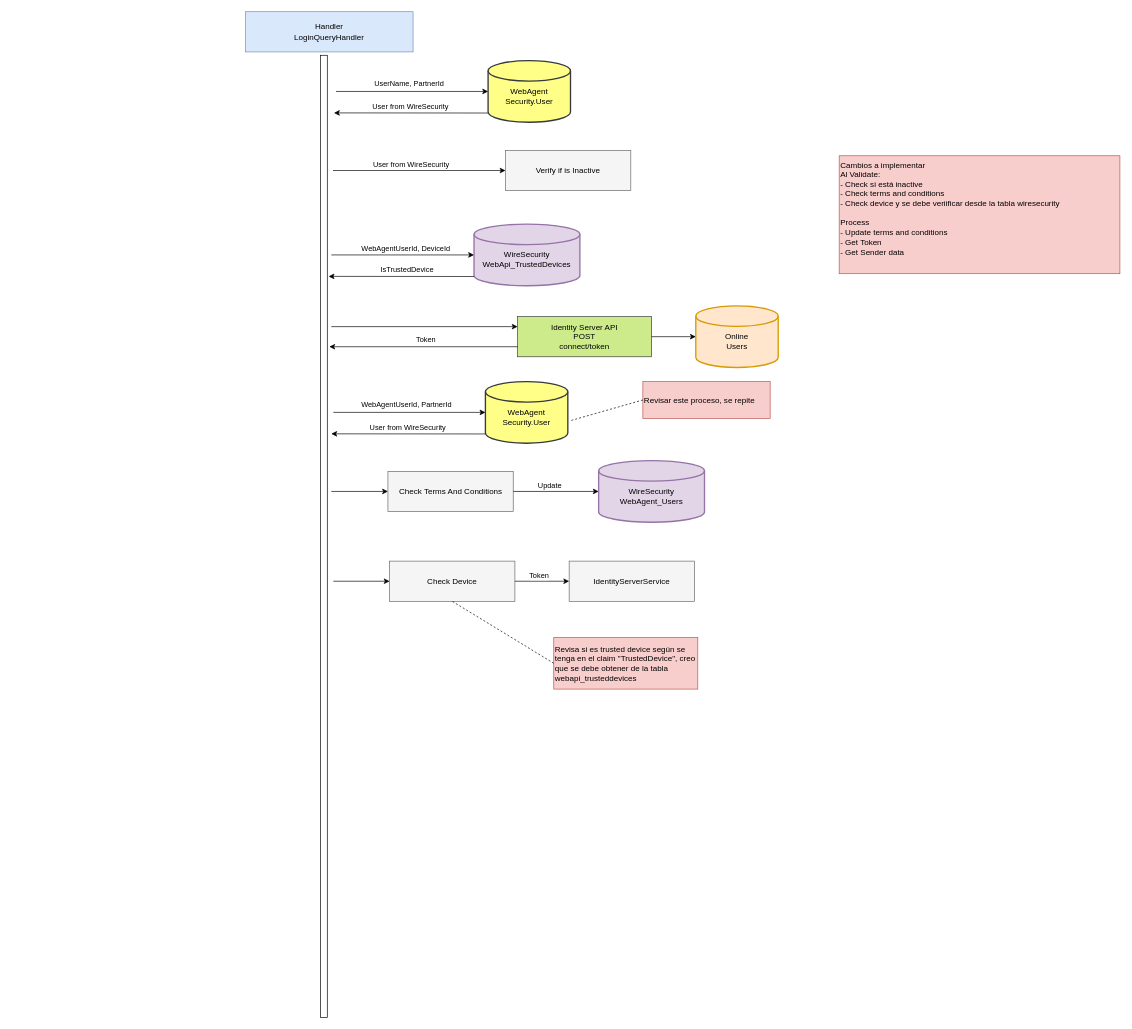
This is user-api-post-api-auth-login.drawio from notariopablomarcelo/intermex, a draw.io file, before an edit. Source tidied: cells renumbered, new cells numbered last; positions are measured from the earlier drawing's top-left corner, leaving out a move shared by most shapes. Both pictures are drawn from the tidied source at 67%, with x=0, y=0 at pixel (245, 11).
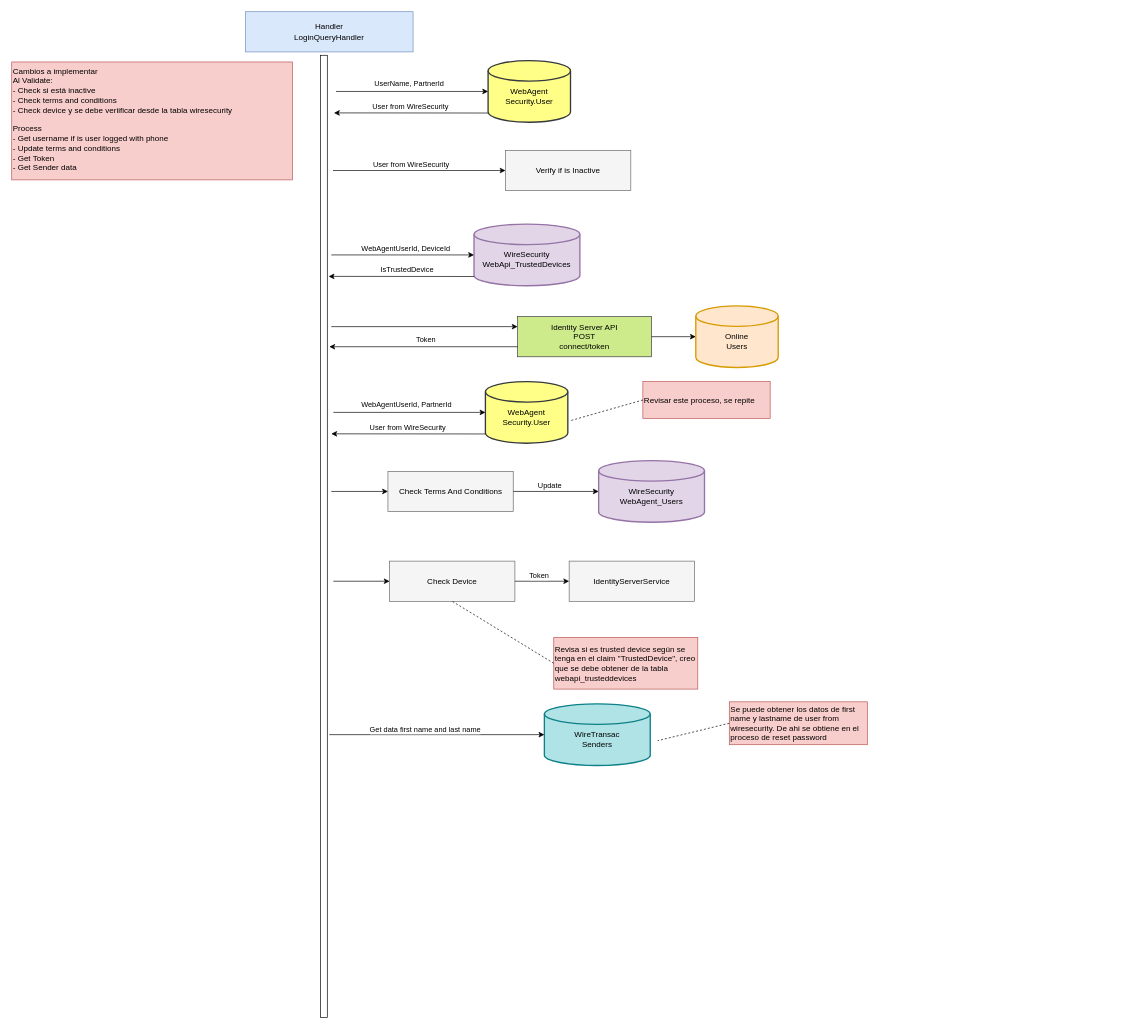
Above is the later version.

What changed in the source:
```diff
@@
-    <mxCell id="42" value="Cambios a implementar&lt;br&gt;Al Validate:&amp;nbsp;&lt;br&gt;- Check si está inactive&lt;br&gt;- Check terms and conditions&lt;br&gt;- Check device y se debe veriificar desde la tabla wiresecurity&lt;br&gt;&lt;br&gt;Process&lt;br&gt;- Update terms and conditions&lt;br&gt;- Get Token&lt;br&gt;- Get Sender data" style="text;html=1;strokeColor=#b85450;fillColor=#f8cecc;align=left;verticalAlign=top;whiteSpace=wrap;rounded=0;" parent="1" vertex="1">
-      <mxGeometry x="886" y="215" width="419" height="176" as="geometry" />
+    <mxCell id="42" value="Cambios a implementar&lt;br&gt;Al Validate:&amp;nbsp;&lt;br&gt;- Check si está inactive&lt;br&gt;- Check terms and conditions&lt;br&gt;- Check device y se debe veriificar desde la tabla wiresecurity&lt;br&gt;&lt;br&gt;Process&lt;br&gt;- Get username if is user logged with phone&lt;br&gt;- Update terms and conditions&lt;br&gt;- Get Token&lt;br&gt;- Get Sender data" style="text;html=1;strokeColor=#b85450;fillColor=#f8cecc;align=left;verticalAlign=top;whiteSpace=wrap;rounded=0;" parent="1" vertex="1">
+      <mxGeometry x="-349" y="75" width="419" height="176" as="geometry" />
     </mxCell>
+    <mxCell id="43" value="&lt;br&gt;WireTransac&lt;br&gt;Senders" style="strokeWidth=2;html=1;shape=mxgraph.flowchart.database;whiteSpace=wrap;fillColor=#b0e3e6;strokeColor=#0e8088;" parent="1" vertex="1">
+      <mxGeometry x="446" y="1033" width="158" height="92" as="geometry" />
+    </mxCell>
+    <mxCell id="44" style="endArrow=classic;html=1;rounded=0;entryX=0;entryY=0.5;entryDx=0;entryDy=0;entryPerimeter=0;" parent="1" edge="1" target="43">
+      <mxGeometry relative="1" as="geometry">
+        <mxPoint x="125" y="1079" as="sourcePoint" />
+      </mxGeometry>
+    </mxCell>
+    <mxCell id="45" value="Get data first name and last name" style="edgeLabel;html=1;align=center;verticalAlign=middle;" parent="44" vertex="1">
+      <mxGeometry x="0.2" y="-2" relative="1" as="geometry">
+        <mxPoint x="-51" y="-10" as="offset" />
+      </mxGeometry>
+    </mxCell>
+    <mxCell id="46" value="Se puede obtener los datos de first name y lastname de user from wiresecurity. De ahi se obtiene en el proceso de reset password" style="text;html=1;strokeColor=#b85450;fillColor=#f8cecc;align=left;verticalAlign=middle;whiteSpace=wrap;rounded=0;" parent="1" vertex="1">
+      <mxGeometry x="722" y="1030" width="206" height="64" as="geometry" />
+    </mxCell>
+    <mxCell id="47" style="endArrow=none;dashed=1;html=1;rounded=0;exitX=0;exitY=0.5;exitDx=0;exitDy=0;" parent="1" edge="1" source="46">
+      <mxGeometry relative="1" as="geometry">
+        <mxPoint x="615" y="1088" as="targetPoint" />
+      </mxGeometry>
+    </mxCell>
```
